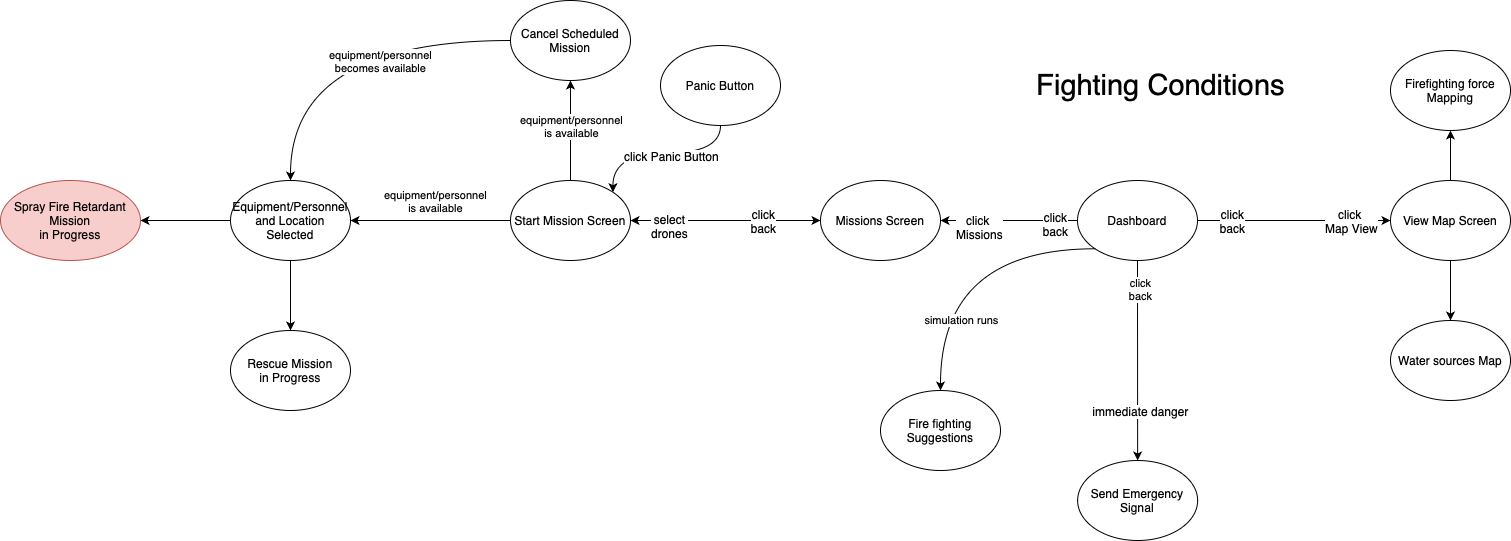
Before: StateDiagrams/Fighting.drawio.png, a diagram exported from draw.io (Fire-Prevention/fire-prevention). Source tidied: cells renumbered, new cells last; positions are measured from the earlier drawing's top-left corner, leaving out a move shared by most shapes.
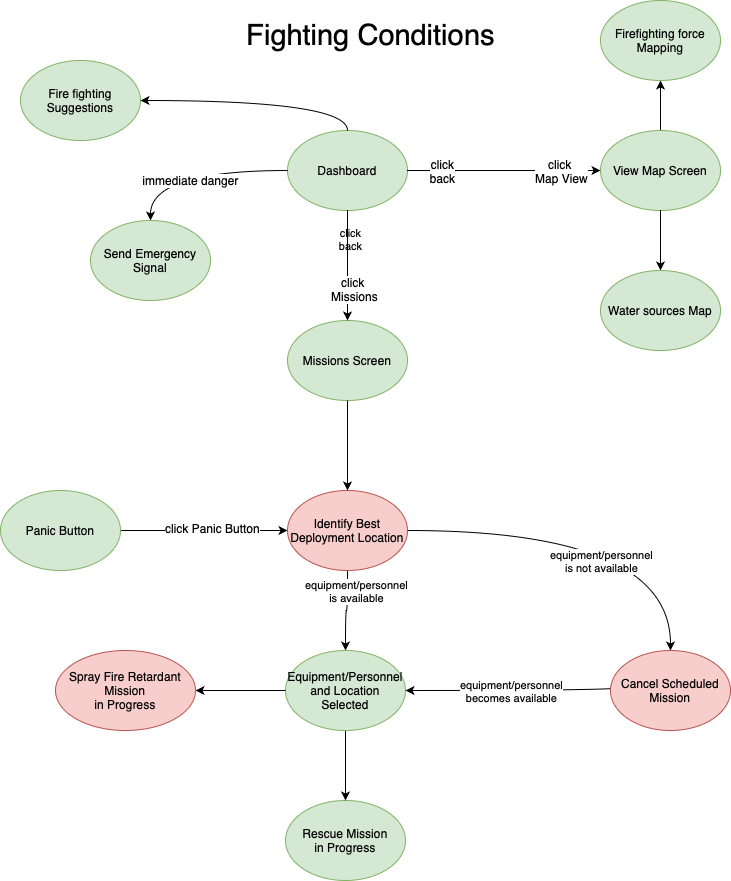
The same file after the commit.

Diff of the diagram source:
```diff
@@ -8,13 +8,13 @@
     <mxCell id="3" style="group;" parent="1" vertex="1">
       <mxGeometry x="1077" y="180" width="140" height="90" as="geometry" />
     </mxCell>
-    <mxCell id="4" value="Dashboard" style="ellipse;whiteSpace=wrap;html=1;" parent="3" vertex="1">
+    <mxCell id="4" value="Dashboard" style="ellipse;whiteSpace=wrap;html=1;fillColor=#d5e8d4;strokeColor=#82b366;" parent="3" vertex="1">
       <mxGeometry width="120" height="80" as="geometry" />
     </mxCell>
     <mxCell id="5" style="group;" parent="1" vertex="1">
       <mxGeometry x="1390" y="180" width="120" height="80" as="geometry" />
     </mxCell>
-    <mxCell id="6" value="View Map Screen" style="ellipse;whiteSpace=wrap;html=1;" parent="5" vertex="1">
+    <mxCell id="6" value="View Map Screen" style="ellipse;whiteSpace=wrap;html=1;fillColor=#d5e8d4;strokeColor=#82b366;" parent="5" vertex="1">
       <mxGeometry width="120" height="80" as="geometry" />
     </mxCell>
     <mxCell id="7" style="edgeStyle=orthogonalEdgeStyle;curved=1;rounded=0;jettySize=auto;html=1;exitX=1;exitY=0.5;exitDx=0;exitDy=0;fontSize=12;startArrow=none;startFill=0;" parent="1" edge="1" source="4" target="6">
@@ -31,7 +31,7 @@
     <mxCell id="10" style="edgeStyle=orthogonalEdgeStyle;curved=1;rounded=0;jettySize=auto;html=1;exitX=0.5;exitY=1;exitDx=0;exitDy=0;fontSize=12;startArrow=none;startFill=0;" parent="1" edge="1" source="6" target="11">
       <mxGeometry relative="1" as="geometry" />
     </mxCell>
-    <mxCell id="11" value="Water sources Map" style="ellipse;whiteSpace=wrap;html=1;fontSize=12;" parent="1" vertex="1">
+    <mxCell id="11" value="Water sources Map" style="ellipse;whiteSpace=wrap;html=1;fontSize=12;fillColor=#d5e8d4;strokeColor=#82b366;" parent="1" vertex="1">
       <mxGeometry x="1390" y="320" width="120" height="80" as="geometry" />
     </mxCell>
     <mxCell id="12" style="edgeStyle=orthogonalEdgeStyle;curved=1;rounded=0;jettySize=auto;html=1;exitX=0.5;exitY=0;exitDx=0;exitDy=0;fontSize=12;startArrow=none;startFill=0;entryX=0.5;entryY=1;entryDx=0;entryDy=0;" parent="1" edge="1" source="6" target="14">
@@ -40,14 +40,16 @@
     <mxCell id="13" style="group;" parent="1" vertex="1">
       <mxGeometry x="1390" y="50" width="120" height="80" as="geometry" />
     </mxCell>
-    <mxCell id="14" value="Firefighting force Mapping" style="ellipse;whiteSpace=wrap;html=1;" parent="13" vertex="1">
+    <mxCell id="14" value="Firefighting force Mapping" style="ellipse;whiteSpace=wrap;html=1;fillColor=#d5e8d4;strokeColor=#82b366;" parent="13" vertex="1">
       <mxGeometry width="120" height="80" as="geometry" />
     </mxCell>
-    <mxCell id="15" value="immediate danger" style="edgeStyle=orthogonalEdgeStyle;curved=1;rounded=0;jettySize=auto;html=1;exitX=0.5;exitY=1;exitDx=0;exitDy=0;fontSize=12;startArrow=none;startFill=0;" parent="1" edge="1" source="4" target="16">
-      <mxGeometry x="0.5" y="3" relative="1" as="geometry" />
+    <mxCell id="15" value="immediate danger" style="edgeStyle=orthogonalEdgeStyle;curved=1;rounded=0;jettySize=auto;html=1;exitX=0;exitY=0.5;exitDx=0;exitDy=0;fontSize=12;startArrow=none;startFill=0;" parent="1" edge="1" source="4" target="16">
+      <mxGeometry x="0.04" y="10" relative="1" as="geometry">
+        <mxPoint x="-1" as="offset" />
+      </mxGeometry>
     </mxCell>
-    <mxCell id="16" value="Send Emergency Signal" style="ellipse;whiteSpace=wrap;html=1;fontSize=12;" parent="1" vertex="1">
-      <mxGeometry x="1077.1" y="460" width="120" height="80" as="geometry" />
+    <mxCell id="16" value="Send Emergency Signal" style="ellipse;whiteSpace=wrap;html=1;fontSize=12;fillColor=#d5e8d4;strokeColor=#82b366;" parent="1" vertex="1">
+      <mxGeometry x="880" y="270" width="120" height="80" as="geometry" />
     </mxCell>
     <mxCell id="17" value="click&lt;br&gt;back" style="edgeLabel;html=1;align=center;verticalAlign=middle;" parent="1" vertex="1">
       <mxGeometry x="1116.6" y="221" as="geometry">
@@ -55,60 +57,38 @@
       </mxGeometry>
     </mxCell>
     <mxCell id="18" style="group;" parent="1" vertex="1">
-      <mxGeometry x="820" y="180" width="120" height="80" as="geometry" />
+      <mxGeometry x="1077" y="370" width="120" height="80" as="geometry" />
     </mxCell>
-    <mxCell id="19" value="Missions Screen" style="ellipse;whiteSpace=wrap;html=1;" parent="18" vertex="1">
+    <mxCell id="19" value="Missions Screen" style="ellipse;whiteSpace=wrap;html=1;fillColor=#d5e8d4;strokeColor=#82b366;" parent="18" vertex="1">
       <mxGeometry width="120" height="80" as="geometry" />
     </mxCell>
-    <mxCell id="20" style="edgeStyle=orthogonalEdgeStyle;curved=1;rounded=0;jettySize=auto;html=1;exitX=0;exitY=0.5;exitDx=0;exitDy=0;startArrow=classic;startFill=1;entryX=1;entryY=0.5;entryDx=0;entryDy=0;" parent="1" edge="1" source="19" target="37">
-      <mxGeometry relative="1" as="geometry" />
-    </mxCell>
-    <mxCell id="21" value="select&lt;br&gt;drones" style="edgeLabel;html=1;align=center;verticalAlign=middle;fontSize=12;" parent="20" vertex="1">
-      <mxGeometry x="0.17" y="-5" relative="1" as="geometry">
-        <mxPoint x="-41" y="10" as="offset" />
-      </mxGeometry>
-    </mxCell>
-    <mxCell id="22" value="click&lt;br&gt;back" style="edgeLabel;html=1;align=center;verticalAlign=middle;fontSize=12;" parent="20" vertex="1">
-      <mxGeometry x="-0.39" relative="1" as="geometry" />
-    </mxCell>
-    <mxCell id="23" style="edgeStyle=orthogonalEdgeStyle;curved=1;rounded=0;jettySize=auto;html=1;exitX=0;exitY=0.5;exitDx=0;exitDy=0;entryX=1;entryY=0.5;entryDx=0;entryDy=0;fontSize=12;startArrow=none;startFill=0;" parent="1" edge="1" source="4" target="19">
+    <mxCell id="23" style="edgeStyle=orthogonalEdgeStyle;curved=1;rounded=0;jettySize=auto;html=1;exitX=0.5;exitY=1;exitDx=0;exitDy=0;entryX=0.5;entryY=0;entryDx=0;entryDy=0;fontSize=12;startArrow=none;startFill=0;" parent="1" edge="1" source="4" target="19">
       <mxGeometry relative="1" as="geometry" />
     </mxCell>
     <mxCell id="24" value="click &lt;br&gt;Missions" style="edgeLabel;html=1;align=center;verticalAlign=middle;fontSize=12;" parent="23" vertex="1">
       <mxGeometry x="0.44" y="6" relative="1" as="geometry" />
     </mxCell>
-    <mxCell id="25" value="click&lt;br&gt;back" style="edgeLabel;html=1;align=center;verticalAlign=middle;fontSize=12;" parent="23" vertex="1">
-      <mxGeometry x="-0.67" y="3" relative="1" as="geometry" />
-    </mxCell>
-    <mxCell id="26" style="edgeStyle=orthogonalEdgeStyle;curved=1;rounded=0;jettySize=auto;html=1;exitX=0.5;exitY=1;exitDx=0;exitDy=0;entryX=1;entryY=0;entryDx=0;entryDy=0;fontSize=12;startArrow=none;startFill=0;" parent="1" edge="1" source="28" target="37">
+    <mxCell id="26" style="edgeStyle=orthogonalEdgeStyle;curved=1;rounded=0;jettySize=auto;html=1;exitX=1;exitY=0.5;exitDx=0;exitDy=0;entryX=0;entryY=0.5;entryDx=0;entryDy=0;fontSize=12;startArrow=none;startFill=0;" parent="1" edge="1" source="28" target="46">
       <mxGeometry relative="1" as="geometry" />
     </mxCell>
     <mxCell id="27" value="click Panic Button" style="edgeLabel;html=1;align=center;verticalAlign=middle;fontSize=12;" parent="26" vertex="1">
       <mxGeometry x="0.34" y="3" relative="1" as="geometry">
-        <mxPoint x="39" as="offset" />
+        <mxPoint x="-20" as="offset" />
       </mxGeometry>
     </mxCell>
-    <mxCell id="28" value="Panic Button" style="ellipse;whiteSpace=wrap;html=1;fontSize=12;" parent="1" vertex="1">
-      <mxGeometry x="660" y="45" width="120" height="80" as="geometry" />
+    <mxCell id="28" value="Panic Button" style="ellipse;whiteSpace=wrap;html=1;fontSize=12;fillColor=#d5e8d4;strokeColor=#82b366;" parent="1" vertex="1">
+      <mxGeometry x="790" y="540" width="120" height="80" as="geometry" />
     </mxCell>
-    <mxCell id="29" value="Rescue Mission&lt;br&gt;in Progress" style="ellipse;whiteSpace=wrap;html=1;fontSize=12;" parent="1" vertex="1">
-      <mxGeometry x="230" y="330" width="120" height="80" as="geometry" />
+    <mxCell id="29" value="Rescue Mission&lt;br&gt;in Progress" style="ellipse;whiteSpace=wrap;html=1;fontSize=12;fillColor=#d5e8d4;strokeColor=#82b366;" parent="1" vertex="1">
+      <mxGeometry x="1075" y="850" width="120" height="80" as="geometry" />
     </mxCell>
-    <mxCell id="30" style="edgeStyle=orthogonalEdgeStyle;curved=1;rounded=0;jettySize=auto;html=1;exitX=0;exitY=1;exitDx=0;exitDy=0;fontSize=12;startArrow=none;startFill=0;" parent="1" edge="1" source="4" target="32">
-      <mxGeometry relative="1" as="geometry" />
-    </mxCell>
-    <mxCell id="31" value="simulation runs" style="edgeLabel;html=1;align=center;verticalAlign=middle;" parent="30" vertex="1">
-      <mxGeometry x="0.3" y="36" relative="1" as="geometry">
-        <mxPoint x="-16" y="34" as="offset" />
-      </mxGeometry>
-    </mxCell>
     <mxCell id="32" style="group;fontSize=12;" parent="1" vertex="1">
-      <mxGeometry x="880" y="390" width="120" height="80" as="geometry" />
+      <mxGeometry x="810" y="110" width="120" height="80" as="geometry" />
     </mxCell>
-    <mxCell id="33" value="Fire fighting Suggestions" style="ellipse;whiteSpace=wrap;html=1;fontSize=12;" parent="32" vertex="1">
+    <mxCell id="33" value="Fire fighting Suggestions" style="ellipse;whiteSpace=wrap;html=1;fontSize=12;fillColor=#d5e8d4;strokeColor=#82b366;" parent="32" vertex="1">
       <mxGeometry width="120" height="80" as="geometry" />
     </mxCell>
-    <mxCell id="34" style="edgeStyle=orthogonalEdgeStyle;rounded=0;jettySize=auto;html=1;exitX=0;exitY=0.5;exitDx=0;exitDy=0;" parent="1" edge="1" source="37" target="39">
+    <mxCell id="34" style="edgeStyle=orthogonalEdgeStyle;rounded=0;jettySize=auto;html=1;exitX=0.5;exitY=1;exitDx=0;exitDy=0;curved=1;" parent="1" edge="1" source="46" target="39">
       <mxGeometry relative="1" as="geometry" />
     </mxCell>
     <mxCell id="35" value="equipment/personnel &lt;br&gt;is available" style="edgeLabel;html=1;align=center;verticalAlign=middle;" parent="34" vertex="1">
@@ -116,41 +96,48 @@
         <mxPoint x="9" y="-21" as="offset" />
       </mxGeometry>
     </mxCell>
-    <mxCell id="36" style="edgeStyle=orthogonalEdgeStyle;rounded=0;jettySize=auto;html=1;exitX=0.5;exitY=0;exitDx=0;exitDy=0;curved=1;" parent="1" edge="1" source="37" target="43">
+    <mxCell id="36" style="edgeStyle=orthogonalEdgeStyle;rounded=0;jettySize=auto;html=1;exitX=1;exitY=0.5;exitDx=0;exitDy=0;curved=1;" parent="1" edge="1" source="46" target="43">
       <mxGeometry relative="1" as="geometry" />
     </mxCell>
-    <mxCell id="37" value="Start Mission Screen" style="ellipse;whiteSpace=wrap;html=1;" parent="1" vertex="1">
-      <mxGeometry x="510" y="180" width="120" height="80" as="geometry" />
-    </mxCell>
     <mxCell id="38" style="edgeStyle=orthogonalEdgeStyle;rounded=0;jettySize=auto;html=1;exitX=0.5;exitY=1;exitDx=0;exitDy=0;" parent="1" edge="1" source="39" target="29">
       <mxGeometry relative="1" as="geometry" />
     </mxCell>
-    <mxCell id="39" value="Equipment/Personnel and Location Selected" style="ellipse;whiteSpace=wrap;html=1;" parent="1" vertex="1">
-      <mxGeometry x="230" y="180" width="120" height="80" as="geometry" />
+    <mxCell id="39" value="Equipment/Personnel and Location Selected" style="ellipse;whiteSpace=wrap;html=1;fillColor=#d5e8d4;strokeColor=#82b366;" parent="1" vertex="1">
+      <mxGeometry x="1075" y="700" width="120" height="80" as="geometry" />
     </mxCell>
-    <mxCell id="40" value="equipment/personnel &lt;br&gt;is available" style="edgeLabel;html=1;align=center;verticalAlign=middle;" parent="1" vertex="1">
-      <mxGeometry x="570" y="125" as="geometry" />
+    <mxCell id="40" value="equipment/personnel &lt;br&gt;is not available" style="edgeLabel;html=1;align=center;verticalAlign=middle;" parent="1" vertex="1">
+      <mxGeometry x="1390" y="610" as="geometry" />
     </mxCell>
-    <mxCell id="41" style="edgeStyle=orthogonalEdgeStyle;rounded=0;jettySize=auto;html=1;exitX=0;exitY=0.5;exitDx=0;exitDy=0;entryX=0.5;entryY=0;entryDx=0;entryDy=0;curved=1;" parent="1" edge="1" source="43" target="39">
+    <mxCell id="41" style="edgeStyle=orthogonalEdgeStyle;rounded=0;jettySize=auto;html=1;exitX=0;exitY=0.5;exitDx=0;exitDy=0;entryX=1;entryY=0.5;entryDx=0;entryDy=0;curved=1;" parent="1" edge="1" source="43" target="39">
       <mxGeometry relative="1" as="geometry">
         <Array as="points">
-          <mxPoint x="290" y="40" />
+          <mxPoint x="1410" y="734" />
+          <mxPoint x="1410" y="740" />
         </Array>
       </mxGeometry>
     </mxCell>
     <mxCell id="42" value="equipment/personnel &lt;br&gt;becomes available" style="edgeLabel;html=1;align=center;verticalAlign=middle;" parent="41" vertex="1">
       <mxGeometry x="-0.13" y="29" relative="1" as="geometry">
-        <mxPoint x="26" y="-9" as="offset" />
+        <mxPoint x="-28" y="-29" as="offset" />
       </mxGeometry>
     </mxCell>
-    <mxCell id="43" value="Cancel Scheduled Mission" style="ellipse;whiteSpace=wrap;html=1;" parent="1" vertex="1">
-      <mxGeometry x="510" width="120" height="80" as="geometry" />
+    <mxCell id="43" value="Cancel Scheduled Mission" style="ellipse;whiteSpace=wrap;html=1;fillColor=#f8cecc;strokeColor=#b85450;" parent="1" vertex="1">
+      <mxGeometry x="1400" y="700" width="120" height="80" as="geometry" />
     </mxCell>
     <mxCell id="44" style="edgeStyle=orthogonalEdgeStyle;rounded=0;jettySize=auto;html=1;exitX=0;exitY=0.5;exitDx=0;exitDy=0;" parent="1" edge="1" source="39" target="45">
       <mxGeometry relative="1" as="geometry" />
     </mxCell>
     <mxCell id="45" value="Spray Fire Retardant&lt;br&gt;Mission&lt;br&gt;in Progress" style="ellipse;whiteSpace=wrap;html=1;fillColor=#f8cecc;strokeColor=#b85450;" parent="1" vertex="1">
-      <mxGeometry y="180" width="140" height="80" as="geometry" />
+      <mxGeometry x="845" y="700" width="140" height="80" as="geometry" />
     </mxCell>
+    <mxCell id="46" value="Identify Best Deployment Location" style="ellipse;whiteSpace=wrap;html=1;fillColor=#f8cecc;strokeColor=#b85450;" parent="1" vertex="1">
+      <mxGeometry x="1077" y="540" width="120" height="80" as="geometry" />
+    </mxCell>
+    <mxCell id="47" style="edgeStyle=orthogonalEdgeStyle;rounded=0;jettySize=auto;html=1;exitX=0.5;exitY=0;exitDx=0;exitDy=0;entryX=1;entryY=0.5;entryDx=0;entryDy=0;curved=1;" parent="1" edge="1" source="4" target="33">
+      <mxGeometry relative="1" as="geometry" />
+    </mxCell>
+    <mxCell id="48" style="edgeStyle=orthogonalEdgeStyle;rounded=0;jettySize=auto;html=1;exitX=0.5;exitY=1;exitDx=0;exitDy=0;entryX=0.5;entryY=0;entryDx=0;entryDy=0;" parent="1" edge="1" source="19" target="46">
+      <mxGeometry relative="1" as="geometry" />
+    </mxCell>
   </root>
 </mxGraphModel>
```
